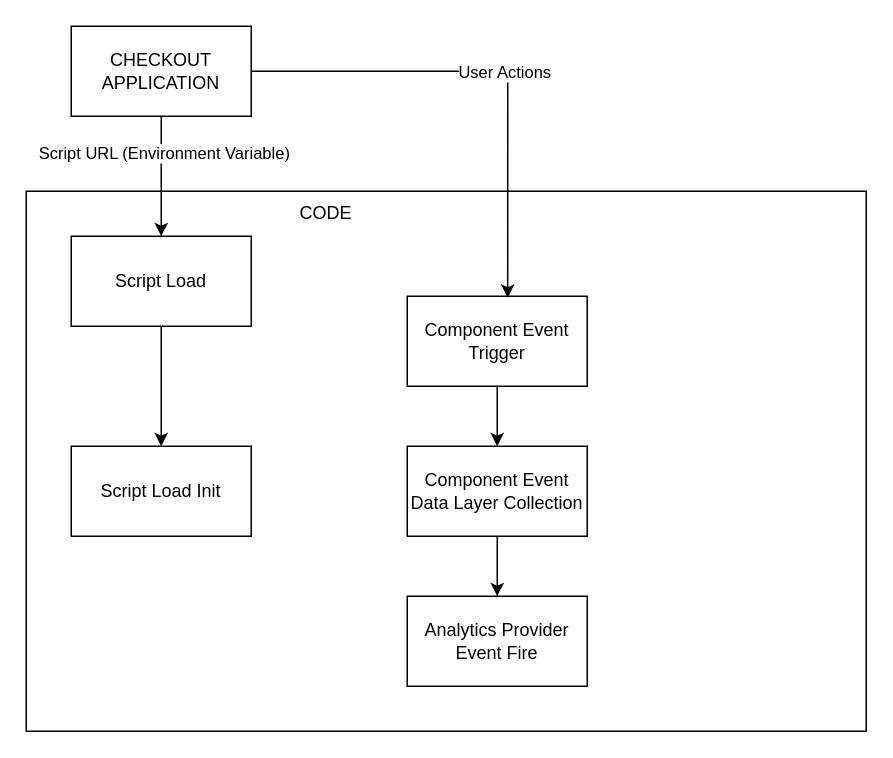
Earlier version of the draw.io diagram aec-analytics-hld.drawio (ssharifdev/draw.io). Source tidied: cells renumbered, new cells numbered last; positions are measured from the earlier drawing's top-left corner, leaving out a move shared by most shapes. Both pictures are drawn from the tidied source at 150%, with x=0, y=0 at pixel (26, 26).
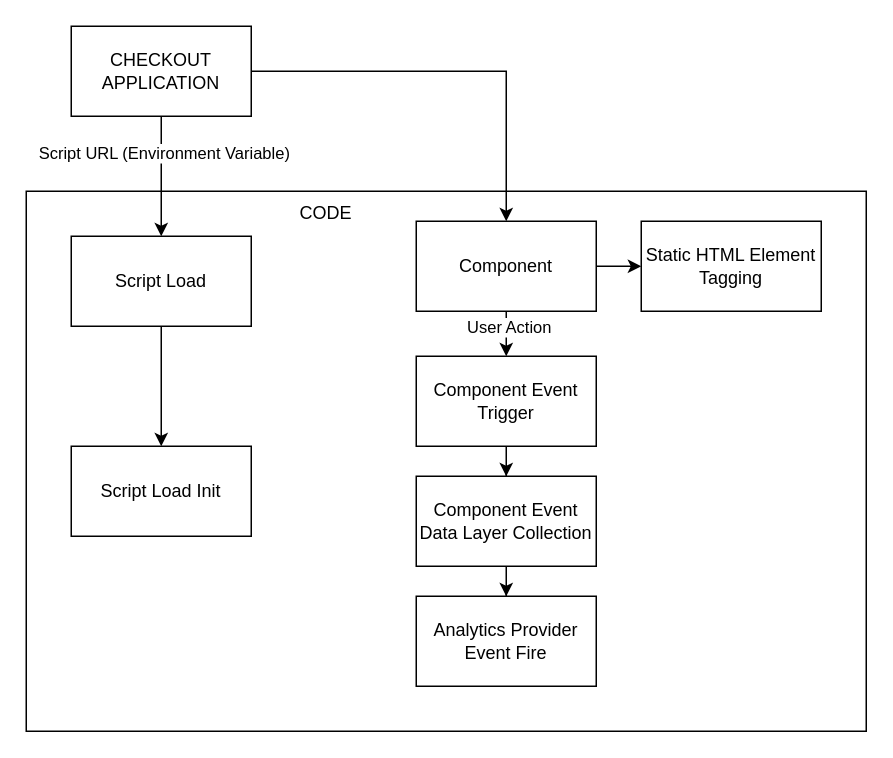
After the change.

The change refers to these unchanged cells:
```xml
<mxCell id="5" value="CHECKOUT&lt;br&gt;APPLICATION" style="rounded=0;whiteSpace=wrap;html=1;" parent="1" vertex="1">
  <mxGeometry x="30" width="120" height="60" as="geometry" />
</mxCell>
```

Diff of the diagram source:
```diff
@@
     <mxCell id="10" value="Component Event Trigger" style="rounded=0;whiteSpace=wrap;html=1;" parent="1" vertex="1">
-      <mxGeometry x="254" y="180" width="120" height="60" as="geometry" />
+      <mxGeometry x="260" y="220" width="120" height="60" as="geometry" />
     </mxCell>
@@
     <mxCell id="12" value="Component Event Data Layer Collection" style="rounded=0;whiteSpace=wrap;html=1;" parent="1" vertex="1">
-      <mxGeometry x="254" y="280" width="120" height="60" as="geometry" />
+      <mxGeometry x="260" y="300" width="120" height="60" as="geometry" />
     </mxCell>
     <mxCell id="13" value="Analytics Provider Event Fire" style="rounded=0;whiteSpace=wrap;html=1;" parent="1" vertex="1">
-      <mxGeometry x="254" y="380" width="120" height="60" as="geometry" />
+      <mxGeometry x="260" y="380" width="120" height="60" as="geometry" />
     </mxCell>
-    <mxCell id="14" style="edgeStyle=orthogonalEdgeStyle;rounded=0;jettySize=auto;html=1;entryX=0.558;entryY=0.017;entryDx=0;entryDy=0;entryPerimeter=0;" parent="1" edge="1" source="5" target="10">
-      <mxGeometry relative="1" as="geometry" />
+    <mxCell id="14" style="edgeStyle=orthogonalEdgeStyle;rounded=0;jettySize=auto;html=1;entryX=0.5;entryY=0;entryDx=0;entryDy=0;" parent="1" edge="1" source="5" target="20">
+      <mxGeometry relative="1" as="geometry">
+        <Array as="points">
+          <mxPoint x="320" y="30" />
+        </Array>
+      </mxGeometry>
     </mxCell>
-    <mxCell id="15" value="User Actions" style="edgeLabel;html=1;align=center;verticalAlign=middle;" parent="14" vertex="1">
-      <mxGeometry x="0.07" y="-2" relative="1" as="geometry" />
-    </mxCell>
@@
+    <mxCell id="17" style="edgeStyle=orthogonalEdgeStyle;rounded=0;jettySize=auto;html=1;entryX=0.5;entryY=0;entryDx=0;entryDy=0;" parent="1" edge="1" source="20" target="10">
+      <mxGeometry relative="1" as="geometry" />
+    </mxCell>
+    <mxCell id="18" value="User Action" style="edgeLabel;html=1;align=center;verticalAlign=middle;" parent="17" vertex="1">
+      <mxGeometry x="0.2" y="1" relative="1" as="geometry" />
+    </mxCell>
+    <mxCell id="19" style="edgeStyle=orthogonalEdgeStyle;rounded=0;jettySize=auto;html=1;entryX=0;entryY=0.5;entryDx=0;entryDy=0;" parent="1" edge="1" source="20" target="21">
+      <mxGeometry relative="1" as="geometry" />
+    </mxCell>
+    <mxCell id="20" value="Component" style="rounded=0;whiteSpace=wrap;html=1;" parent="1" vertex="1">
+      <mxGeometry x="260" y="130" width="120" height="60" as="geometry" />
+    </mxCell>
+    <mxCell id="21" value="Static HTML Element Tagging" style="rounded=0;whiteSpace=wrap;html=1;" parent="1" vertex="1">
+      <mxGeometry x="410" y="130" width="120" height="60" as="geometry" />
+    </mxCell>
```
